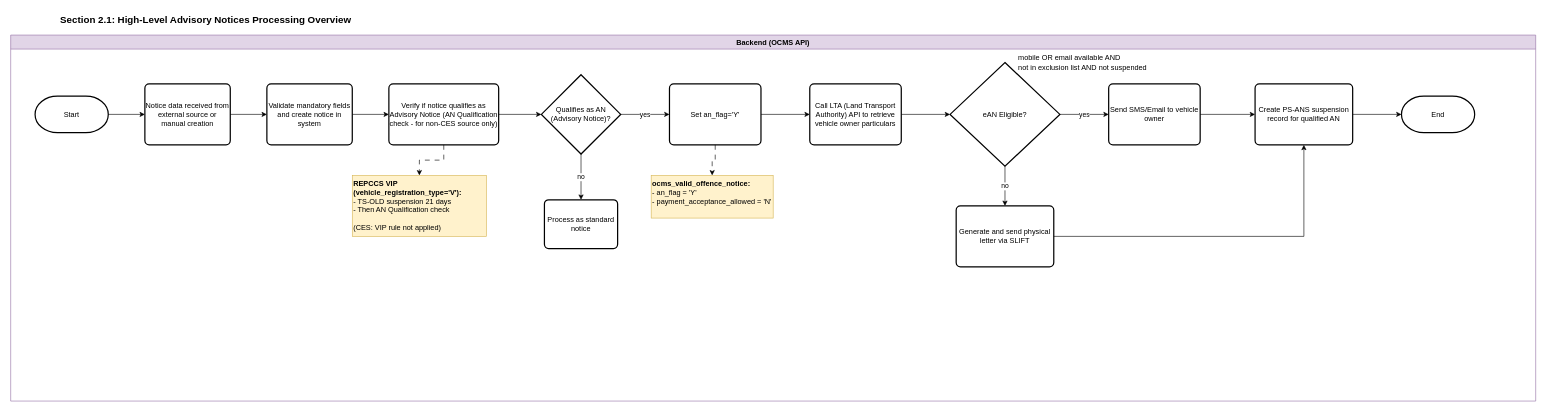
Before: page "2.1_High_Level_AN_Processing" (1 of 12) of OCMS 10/OCMS10_Flowchart.drawio in rafifmgg/techdoc, a draw.io diagram. Source tidied: cells renumbered, new cells numbered last; positions are measured from the earlier drawing's top-left corner, leaving out a move shared by most shapes. Both pictures are drawn from the tidied source at 61%, with x=0, y=0 at pixel (10, 10).
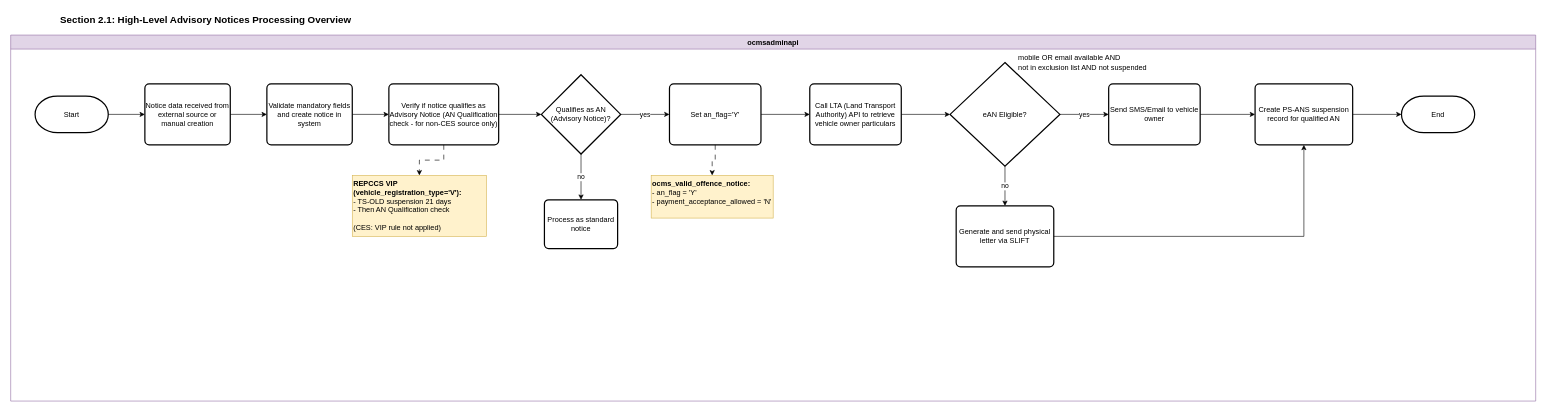
After the change.

The edit, as a diff of the source:
```diff
@@
-    <mxCell id="3" value="Backend (OCMS API)" style="swimlane;whiteSpace=wrap;html=1;fillColor=#e1d5e7;strokeColor=#9673a6;" parent="1" vertex="1">
+    <mxCell id="3" value="ocmsadminapi" style="swimlane;whiteSpace=wrap;html=1;fillColor=#e1d5e7;strokeColor=#9673a6;" parent="1" vertex="1">
       <mxGeometry y="40" width="2500" height="600" as="geometry" />
     </mxCell>
```
